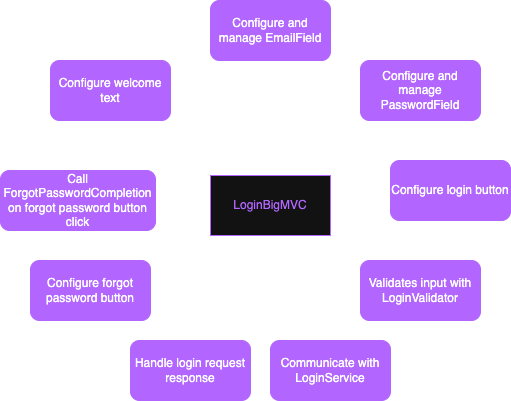
Above: ECommerceScreens/ECommerceScreens/Login/BasicMVC/Diagrams/LGBasicMVCResponsibilities.png in hiren9697/UIPatternsDemonstration (draw.io), before the change. Source tidied: cells renumbered, new cells last; positions are measured from the earlier drawing's top-left corner, leaving out a move shared by most shapes.
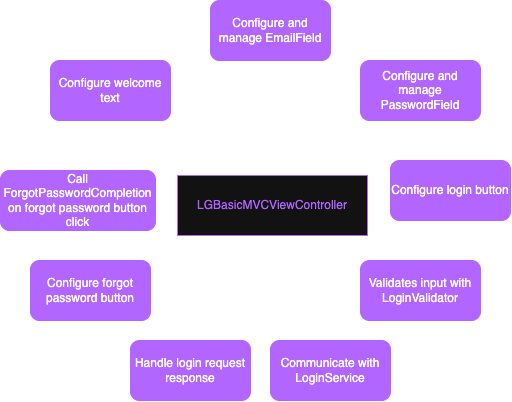
The same diagram one commit later.

Change to the diagram source:
```diff
@@ -2,9 +2,9 @@
   <root>
     <mxCell id="0" />
     <mxCell id="1" parent="0" />
-    <mxCell id="2" value="&lt;span style=&quot;color: light-dark(rgb(0, 0, 0), rgb(178, 102, 255));&quot;&gt;LoginBigM&lt;/span&gt;&lt;span style=&quot;color: light-dark(rgb(0, 0, 0), rgb(178, 102, 255)); background-color: transparent;&quot;&gt;VC&lt;/span&gt;" style="rounded=0;whiteSpace=wrap;html=1;strokeColor=light-dark(#000000,#B266FF);" parent="1" vertex="1">
-      <mxGeometry x="210" y="175" width="120" height="60" as="geometry" />
-    </mxCell>
+    <mxCell id="12" value="&lt;font color=&quot;#b266ff&quot;&gt;LGBasicMVCViewController&lt;/font&gt;" style="rounded=0;whiteSpace=wrap;html=1;strokeColor=light-dark(#000000,#B266FF);" parent="1" vertex="1">
+      <mxGeometry x="177" y="175" width="190" height="60" as="geometry" />
+    </mxCell>
     <mxCell id="3" value="&lt;span style=&quot;color: light-dark(rgb(0, 0, 0), rgb(255, 255, 255));&quot;&gt;Configure and manage EmailField&lt;/span&gt;" style="rounded=1;whiteSpace=wrap;html=1;strokeColor=light-dark(#000000,#B266FF);fillColor=light-dark(#000000,#B266FF);" parent="1" vertex="1">
       <mxGeometry x="210" width="120" height="60" as="geometry" />
     </mxCell>
```
